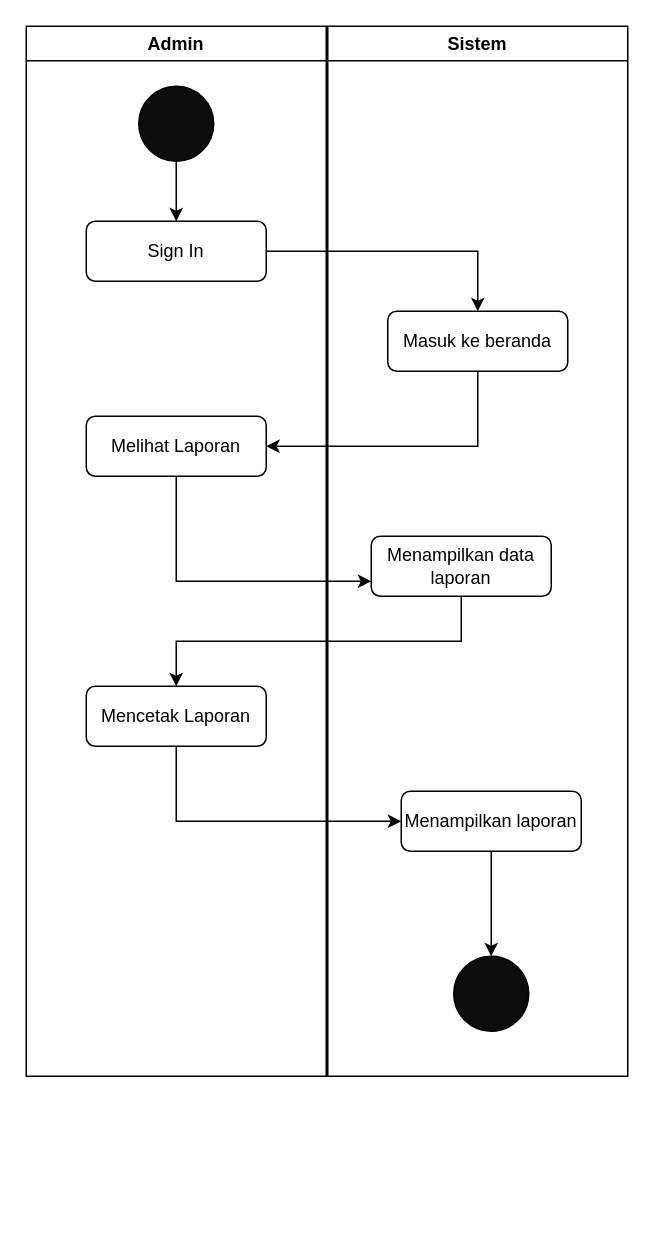
This is Untitled Diagram.drawio from hanif354-bayte/hanif354-bayte, a draw.io file, before an edit. Source tidied: cells renumbered, new cells numbered last; positions are measured from the earlier drawing's top-left corner, leaving out a move shared by most shapes. Both pictures are drawn from the tidied source at 150%, with x=0, y=0 at pixel (26, 26).
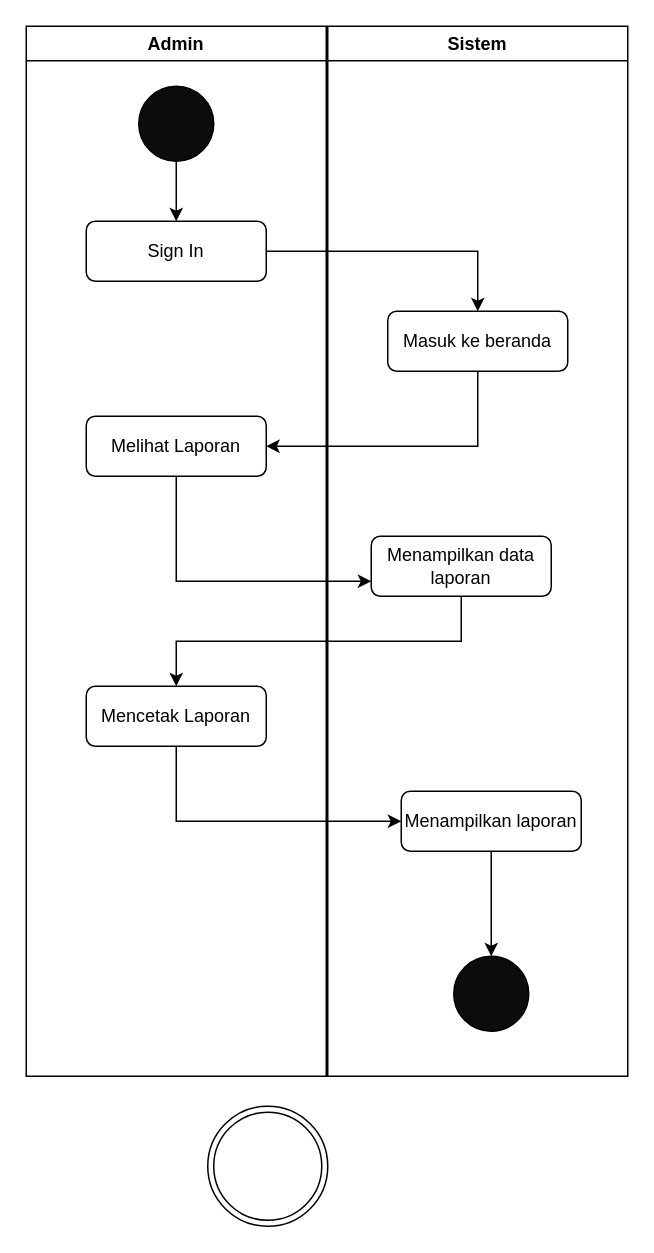
Above is the later version.

The edit, as a diff of the source:
```diff
@@
+    <mxCell id="19" style="ellipse;shape=doubleEllipse;whiteSpace=wrap;html=1;" parent="1" vertex="1">
+      <mxGeometry x="121" y="720" width="80" height="80" as="geometry" />
+    </mxCell>
```
